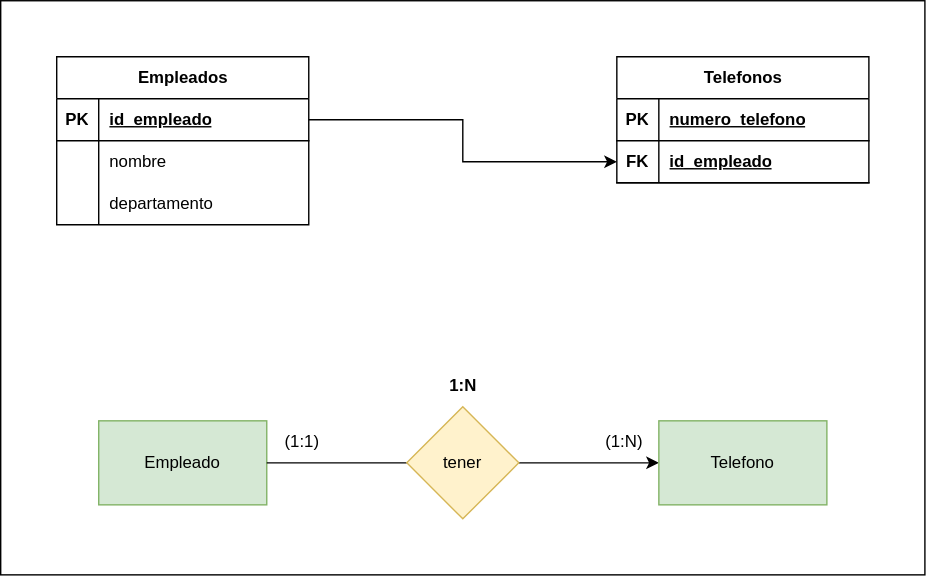
FJrodafo/University keeps this draw.io diagram as DAW/BAE/Unidad-2/Tarea-6/Assets/Diagrams/Exported/registro_de_empleados.drawio.svg. Above is the earlier version. Source tidied: cells renumbered, new cells last; positions are measured from the earlier drawing's top-left corner, leaving out a move shared by most shapes.
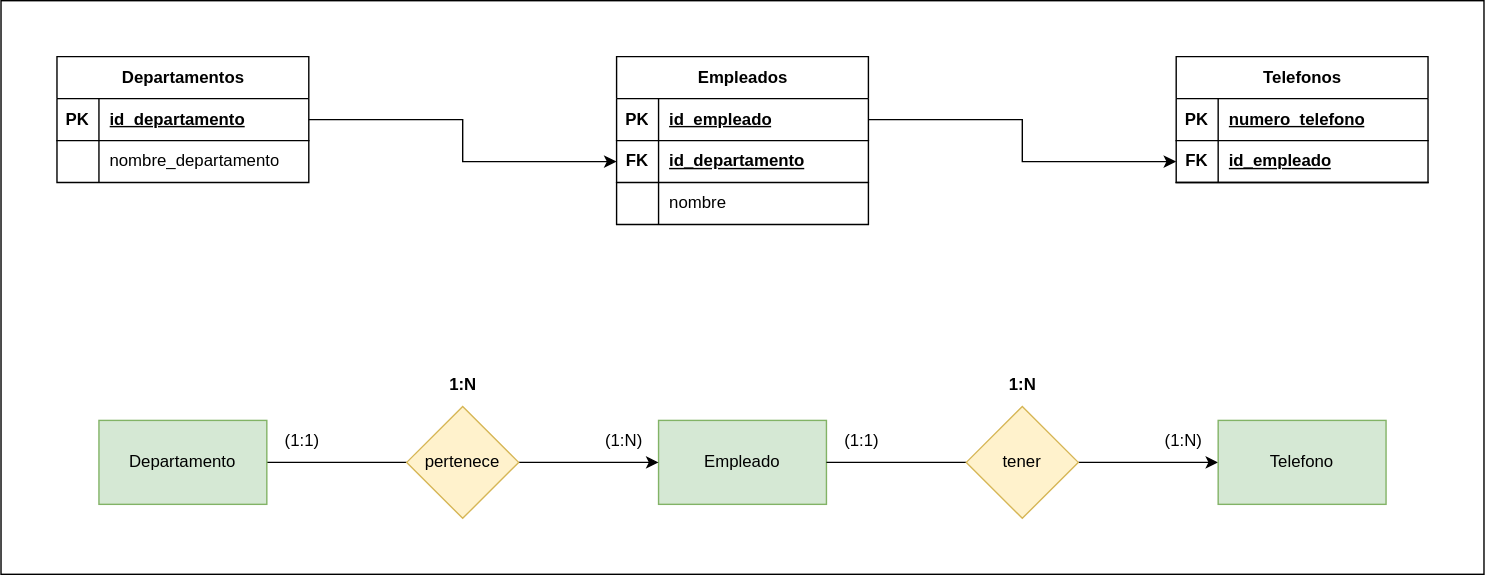
The same diagram one commit later.

Change to the diagram source:
```diff
@@ -2,38 +2,38 @@
   <root>
     <mxCell id="0" />
     <mxCell id="1" parent="0" />
-    <mxCell id="2" style="group;" parent="1" vertex="1">
-      <mxGeometry width="660" height="410" as="geometry" />
-    </mxCell>
-    <mxCell id="3" style="rounded=0;whiteSpace=wrap;html=1;" parent="2" vertex="1">
-      <mxGeometry width="660" height="410" as="geometry" />
-    </mxCell>
+    <mxCell id="30" style="group;" parent="1" vertex="1">
+      <mxGeometry width="1060" height="410" as="geometry" />
+    </mxCell>
+    <mxCell id="31" style="rounded=0;whiteSpace=wrap;html=1;" parent="30" vertex="1">
+      <mxGeometry width="1060" height="410" as="geometry" />
+    </mxCell>
-    <mxCell id="4" value="Empleado" style="rounded=0;whiteSpace=wrap;html=1;fillColor=#d5e8d4;strokeColor=#82b366;" parent="2" vertex="1">
-      <mxGeometry x="70" y="300" width="120" height="60" as="geometry" />
+    <mxCell id="4" value="Empleado" style="rounded=0;whiteSpace=wrap;html=1;fillColor=#d5e8d4;strokeColor=#82b366;" parent="30" vertex="1">
+      <mxGeometry x="470" y="300" width="120" height="60" as="geometry" />
     </mxCell>
-    <mxCell id="5" style="edgeStyle=orthogonalEdgeStyle;rounded=0;jettySize=auto;html=1;exitX=1;exitY=0.5;exitDx=0;exitDy=0;entryX=0;entryY=0.5;entryDx=0;entryDy=0;" parent="2" edge="1" source="7" target="8">
+    <mxCell id="5" style="edgeStyle=orthogonalEdgeStyle;rounded=0;jettySize=auto;html=1;exitX=1;exitY=0.5;exitDx=0;exitDy=0;entryX=0;entryY=0.5;entryDx=0;entryDy=0;" parent="30" edge="1" source="7" target="8">
       <mxGeometry relative="1" as="geometry" />
     </mxCell>
-    <mxCell id="6" style="edgeStyle=orthogonalEdgeStyle;rounded=0;jettySize=auto;html=1;exitX=0;exitY=0.5;exitDx=0;exitDy=0;entryX=1;entryY=0.5;entryDx=0;entryDy=0;endArrow=none;startFill=0;" parent="2" edge="1" source="7" target="4">
+    <mxCell id="6" style="edgeStyle=orthogonalEdgeStyle;rounded=0;jettySize=auto;html=1;exitX=0;exitY=0.5;exitDx=0;exitDy=0;entryX=1;entryY=0.5;entryDx=0;entryDy=0;endArrow=none;startFill=0;" parent="30" edge="1" source="7" target="4">
       <mxGeometry relative="1" as="geometry" />
     </mxCell>
-    <mxCell id="7" value="tener" style="rhombus;whiteSpace=wrap;html=1;fillColor=#fff2cc;strokeColor=#d6b656;" parent="2" vertex="1">
-      <mxGeometry x="290" y="290" width="80" height="80" as="geometry" />
+    <mxCell id="7" value="tener" style="rhombus;whiteSpace=wrap;html=1;fillColor=#fff2cc;strokeColor=#d6b656;" parent="30" vertex="1">
+      <mxGeometry x="690" y="290" width="80" height="80" as="geometry" />
     </mxCell>
-    <mxCell id="8" value="Telefono" style="rounded=0;whiteSpace=wrap;html=1;fillColor=#d5e8d4;strokeColor=#82b366;" parent="2" vertex="1">
-      <mxGeometry x="470" y="300" width="120" height="60" as="geometry" />
+    <mxCell id="8" value="Telefono" style="rounded=0;whiteSpace=wrap;html=1;fillColor=#d5e8d4;strokeColor=#82b366;" parent="30" vertex="1">
+      <mxGeometry x="870" y="300" width="120" height="60" as="geometry" />
     </mxCell>
-    <mxCell id="9" value="(1:N)" style="text;html=1;align=center;verticalAlign=middle;strokeColor=none;fillColor=none;" parent="2" vertex="1">
-      <mxGeometry x="420" y="300" width="50" height="30" as="geometry" />
+    <mxCell id="9" value="(1:N)" style="text;html=1;align=center;verticalAlign=middle;strokeColor=none;fillColor=none;" parent="30" vertex="1">
+      <mxGeometry x="820" y="300" width="50" height="30" as="geometry" />
     </mxCell>
-    <mxCell id="10" value="(1:1)" style="text;html=1;align=center;verticalAlign=middle;strokeColor=none;fillColor=none;" parent="2" vertex="1">
-      <mxGeometry x="190" y="300" width="50" height="30" as="geometry" />
+    <mxCell id="10" value="(1:1)" style="text;html=1;align=center;verticalAlign=middle;strokeColor=none;fillColor=none;" parent="30" vertex="1">
+      <mxGeometry x="590" y="300" width="50" height="30" as="geometry" />
     </mxCell>
-    <mxCell id="11" value="1:N" style="text;html=1;align=center;verticalAlign=middle;strokeColor=none;fillColor=none;fontStyle=1;" parent="2" vertex="1">
-      <mxGeometry x="310" y="260" width="40" height="30" as="geometry" />
+    <mxCell id="11" value="1:N" style="text;html=1;align=center;verticalAlign=middle;strokeColor=none;fillColor=none;fontStyle=1;" parent="30" vertex="1">
+      <mxGeometry x="710" y="260" width="40" height="30" as="geometry" />
     </mxCell>
-    <mxCell id="12" value="Empleados" style="shape=table;startSize=30;rowLines=0;fontStyle=1;align=center;html=1;" parent="2" vertex="1">
-      <mxGeometry x="40" y="40" width="180" height="120" as="geometry" />
+    <mxCell id="12" value="Empleados" style="shape=table;startSize=30;rowLines=0;fontStyle=1;align=center;html=1;" parent="30" vertex="1">
+      <mxGeometry x="440" y="40" width="180" height="120" as="geometry" />
     </mxCell>
     <mxCell id="13" style="shape=tableRow;horizontal=0;startSize=0;swimlaneHead=0;swimlaneBody=0;fillColor=none;points=[[0,0.5],[1,0.5]];portConstraint=eastwest;top=0;left=0;right=0;bottom=1;" parent="12" vertex="1">
       <mxGeometry y="30" width="180" height="30" as="geometry" />
@@ -44,8 +44,17 @@
     <mxCell id="15" value="id_empleado" style="shape=partialRectangle;fillColor=none;top=0;left=0;bottom=0;right=0;align=left;spacingLeft=6;fontStyle=5;overflow=hidden;whiteSpace=wrap;html=1;" parent="13" vertex="1">
       <mxGeometry x="30" width="150" height="30" as="geometry" />
     </mxCell>
+    <mxCell id="32" style="shape=tableRow;horizontal=0;startSize=0;swimlaneHead=0;swimlaneBody=0;fillColor=none;points=[[0,0.5],[1,0.5]];portConstraint=eastwest;top=0;left=0;right=0;bottom=1;" parent="12" vertex="1">
+      <mxGeometry y="60" width="180" height="30" as="geometry" />
+    </mxCell>
+    <mxCell id="33" value="FK" style="shape=partialRectangle;fillColor=none;top=0;left=0;bottom=0;right=0;fontStyle=1;overflow=hidden;whiteSpace=wrap;html=1;" parent="32" vertex="1">
+      <mxGeometry width="30" height="30" as="geometry" />
+    </mxCell>
+    <mxCell id="34" value="id_departamento" style="shape=partialRectangle;fillColor=none;top=0;left=0;bottom=0;right=0;align=left;spacingLeft=6;fontStyle=5;overflow=hidden;whiteSpace=wrap;html=1;" parent="32" vertex="1">
+      <mxGeometry x="30" width="150" height="30" as="geometry" />
+    </mxCell>
     <mxCell id="16" style="shape=tableRow;horizontal=0;startSize=0;swimlaneHead=0;swimlaneBody=0;fillColor=none;top=0;left=0;right=0;bottom=0;" parent="12" vertex="1">
-      <mxGeometry y="60" width="180" height="30" as="geometry" />
+      <mxGeometry y="90" width="180" height="30" as="geometry" />
     </mxCell>
     <mxCell id="17" style="shape=partialRectangle;fillColor=none;top=0;left=0;bottom=0;right=0;overflow=hidden;whiteSpace=wrap;html=1;" parent="16" vertex="1">
       <mxGeometry width="30" height="30" as="geometry" />
@@ -53,17 +62,8 @@
     <mxCell id="18" value="nombre" style="shape=partialRectangle;fillColor=none;top=0;left=0;bottom=0;right=0;align=left;spacingLeft=6;overflow=hidden;whiteSpace=wrap;html=1;" parent="16" vertex="1">
       <mxGeometry x="30" width="150" height="30" as="geometry" />
     </mxCell>
-    <mxCell id="19" style="shape=tableRow;horizontal=0;startSize=0;swimlaneHead=0;swimlaneBody=0;fillColor=none;top=0;left=0;right=0;bottom=0;" parent="12" vertex="1">
-      <mxGeometry y="90" width="180" height="30" as="geometry" />
-    </mxCell>
-    <mxCell id="20" style="shape=partialRectangle;fillColor=none;top=0;left=0;bottom=0;right=0;overflow=hidden;whiteSpace=wrap;html=1;" parent="19" vertex="1">
-      <mxGeometry width="30" height="30" as="geometry" />
-    </mxCell>
-    <mxCell id="21" value="departamento" style="shape=partialRectangle;fillColor=none;top=0;left=0;bottom=0;right=0;align=left;spacingLeft=6;overflow=hidden;whiteSpace=wrap;html=1;" parent="19" vertex="1">
-      <mxGeometry x="30" width="150" height="30" as="geometry" />
-    </mxCell>
-    <mxCell id="22" value="Telefonos" style="shape=table;startSize=30;rowLines=0;fontStyle=1;align=center;html=1;" parent="2" vertex="1">
-      <mxGeometry x="440" y="40" width="180" height="90" as="geometry" />
+    <mxCell id="22" value="Telefonos" style="shape=table;startSize=30;rowLines=0;fontStyle=1;align=center;html=1;" parent="30" vertex="1">
+      <mxGeometry x="840" y="40" width="180" height="90" as="geometry" />
     </mxCell>
     <mxCell id="23" style="shape=tableRow;horizontal=0;startSize=0;swimlaneHead=0;swimlaneBody=0;fillColor=none;top=0;left=0;right=0;bottom=1;" parent="22" vertex="1">
       <mxGeometry y="30" width="180" height="30" as="geometry" />
@@ -83,8 +83,53 @@
     <mxCell id="28" value="id_empleado" style="shape=partialRectangle;fillColor=none;top=0;left=0;bottom=0;right=0;align=left;spacingLeft=6;fontStyle=5;overflow=hidden;whiteSpace=wrap;html=1;" parent="26" vertex="1">
       <mxGeometry x="30" width="150" height="30" as="geometry" />
     </mxCell>
-    <mxCell id="29" style="edgeStyle=orthogonalEdgeStyle;rounded=0;jettySize=auto;html=1;exitX=1;exitY=0.5;exitDx=0;exitDy=0;entryX=0;entryY=0.5;entryDx=0;entryDy=0;" parent="2" edge="1" source="13" target="26">
+    <mxCell id="29" style="edgeStyle=orthogonalEdgeStyle;rounded=0;jettySize=auto;html=1;exitX=1;exitY=0.5;exitDx=0;exitDy=0;entryX=0;entryY=0.5;entryDx=0;entryDy=0;" parent="30" edge="1" source="13" target="26">
       <mxGeometry relative="1" as="geometry" />
     </mxCell>
+    <mxCell id="35" value="Departamentos" style="shape=table;startSize=30;rowLines=0;fontStyle=1;align=center;html=1;" parent="30" vertex="1">
+      <mxGeometry x="40" y="40" width="180" height="90" as="geometry" />
+    </mxCell>
+    <mxCell id="36" style="shape=tableRow;horizontal=0;startSize=0;swimlaneHead=0;swimlaneBody=0;fillColor=none;points=[[0,0.5],[1,0.5]];portConstraint=eastwest;top=0;left=0;right=0;bottom=1;" parent="35" vertex="1">
+      <mxGeometry y="30" width="180" height="30" as="geometry" />
+    </mxCell>
+    <mxCell id="37" value="PK" style="shape=partialRectangle;fillColor=none;top=0;left=0;bottom=0;right=0;fontStyle=1;overflow=hidden;whiteSpace=wrap;html=1;" parent="36" vertex="1">
+      <mxGeometry width="30" height="30" as="geometry" />
+    </mxCell>
+    <mxCell id="38" value="id_departamento" style="shape=partialRectangle;fillColor=none;top=0;left=0;bottom=0;right=0;align=left;spacingLeft=6;fontStyle=5;overflow=hidden;whiteSpace=wrap;html=1;" parent="36" vertex="1">
+      <mxGeometry x="30" width="150" height="30" as="geometry" />
+    </mxCell>
+    <mxCell id="39" style="shape=tableRow;horizontal=0;startSize=0;swimlaneHead=0;swimlaneBody=0;fillColor=none;top=0;left=0;right=0;bottom=0;" parent="35" vertex="1">
+      <mxGeometry y="60" width="180" height="30" as="geometry" />
+    </mxCell>
+    <mxCell id="20" style="shape=partialRectangle;fillColor=none;top=0;left=0;bottom=0;right=0;overflow=hidden;whiteSpace=wrap;html=1;" parent="39" vertex="1">
+      <mxGeometry width="30" height="30" as="geometry" />
+    </mxCell>
+    <mxCell id="40" value="nombre_departamento" style="shape=partialRectangle;fillColor=none;top=0;left=0;bottom=0;right=0;align=left;spacingLeft=6;overflow=hidden;whiteSpace=wrap;html=1;" parent="39" vertex="1">
+      <mxGeometry x="30" width="150" height="30" as="geometry" />
+    </mxCell>
+    <mxCell id="41" style="edgeStyle=orthogonalEdgeStyle;rounded=0;jettySize=auto;html=1;exitX=0;exitY=0.5;exitDx=0;exitDy=0;entryX=1;entryY=0.5;entryDx=0;entryDy=0;endArrow=none;startFill=0;" parent="30" edge="1" source="43" target="44">
+      <mxGeometry relative="1" as="geometry" />
+    </mxCell>
+    <mxCell id="42" style="edgeStyle=orthogonalEdgeStyle;rounded=0;jettySize=auto;html=1;exitX=1;exitY=0.5;exitDx=0;exitDy=0;entryX=0;entryY=0.5;entryDx=0;entryDy=0;" parent="30" edge="1" source="43" target="4">
+      <mxGeometry relative="1" as="geometry" />
+    </mxCell>
+    <mxCell id="43" value="pertenece" style="rhombus;whiteSpace=wrap;html=1;fillColor=#fff2cc;strokeColor=#d6b656;" parent="30" vertex="1">
+      <mxGeometry x="290" y="290" width="80" height="80" as="geometry" />
+    </mxCell>
+    <mxCell id="44" value="Departamento" style="rounded=0;whiteSpace=wrap;html=1;fillColor=#d5e8d4;strokeColor=#82b366;" parent="30" vertex="1">
+      <mxGeometry x="70" y="300" width="120" height="60" as="geometry" />
+    </mxCell>
+    <mxCell id="45" value="(1:N)" style="text;html=1;align=center;verticalAlign=middle;strokeColor=none;fillColor=none;" parent="30" vertex="1">
+      <mxGeometry x="420" y="300" width="50" height="30" as="geometry" />
+    </mxCell>
+    <mxCell id="46" value="(1:1)" style="text;html=1;align=center;verticalAlign=middle;strokeColor=none;fillColor=none;" parent="30" vertex="1">
+      <mxGeometry x="190" y="300" width="50" height="30" as="geometry" />
+    </mxCell>
+    <mxCell id="47" value="1:N" style="text;html=1;align=center;verticalAlign=middle;strokeColor=none;fillColor=none;fontStyle=1;" parent="30" vertex="1">
+      <mxGeometry x="310" y="260" width="40" height="30" as="geometry" />
+    </mxCell>
+    <mxCell id="48" style="edgeStyle=orthogonalEdgeStyle;rounded=0;jettySize=auto;html=1;exitX=1;exitY=0.5;exitDx=0;exitDy=0;entryX=0;entryY=0.5;entryDx=0;entryDy=0;" parent="30" edge="1" source="36" target="32">
+      <mxGeometry relative="1" as="geometry" />
+    </mxCell>
   </root>
 </mxGraphModel>
```
